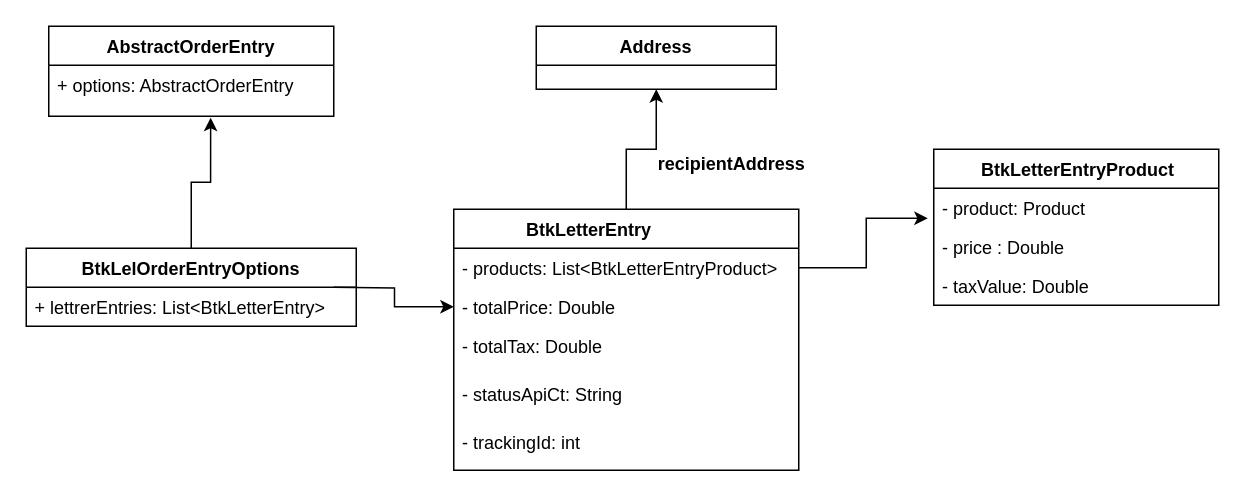
Above: Untitled Diagram.drawio in elaissoussi/draw.io (draw.io), before the change. Source tidied: cells renumbered, new cells numbered last; positions are measured from the earlier drawing's top-left corner, leaving out a move shared by most shapes. Both pictures are drawn from the tidied source at 150%, with x=0, y=0 at pixel (26, 26).
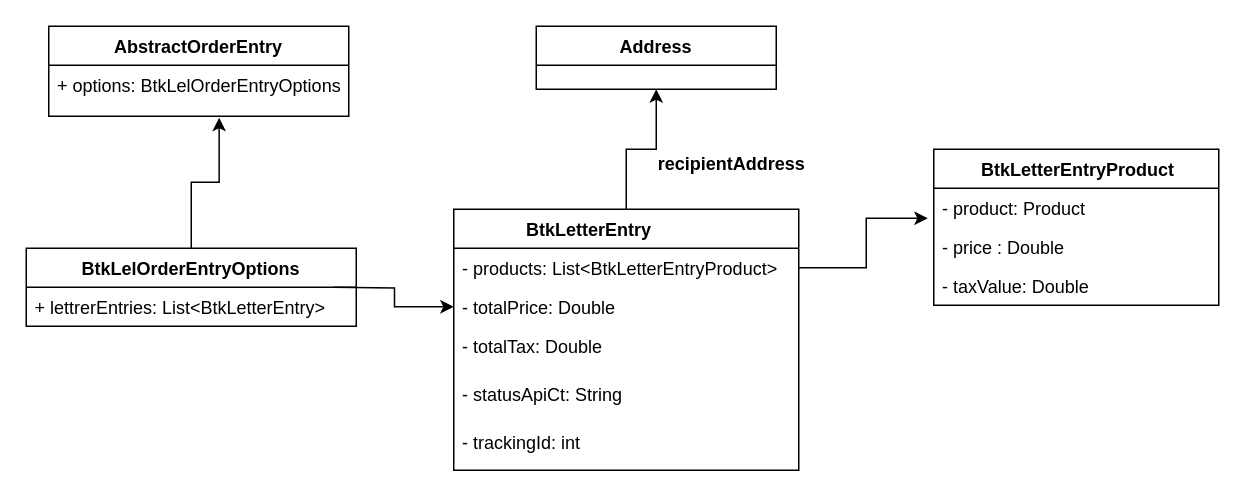
The same diagram, later.

The edit, as a diff of the source:
```diff
@@
     <mxCell id="12" value="AbstractOrderEntry" style="swimlane;fontStyle=1;horizontal=1;startSize=26;fillColor=none;" parent="1" vertex="1">
-      <mxGeometry x="15" width="190" height="60" as="geometry" />
+      <mxGeometry x="15" width="200" height="60" as="geometry" />
     </mxCell>
-    <mxCell id="13" value="+ options: AbstractOrderEntry" style="text;strokeColor=none;fillColor=none;align=left;verticalAlign=top;spacingLeft=4;spacingRight=4;overflow=hidden;points=[[0,0.5],[1,0.5]];portConstraint=eastwest;" parent="12" vertex="1">
-      <mxGeometry y="26" width="190" height="34" as="geometry" />
+    <mxCell id="13" value="+ options: BtkLelOrderEntryOptions" style="text;strokeColor=none;fillColor=none;align=left;verticalAlign=top;spacingLeft=4;spacingRight=4;overflow=hidden;points=[[0,0.5],[1,0.5]];portConstraint=eastwest;" parent="12" vertex="1">
+      <mxGeometry y="26" width="200" height="34" as="geometry" />
     </mxCell>
```
